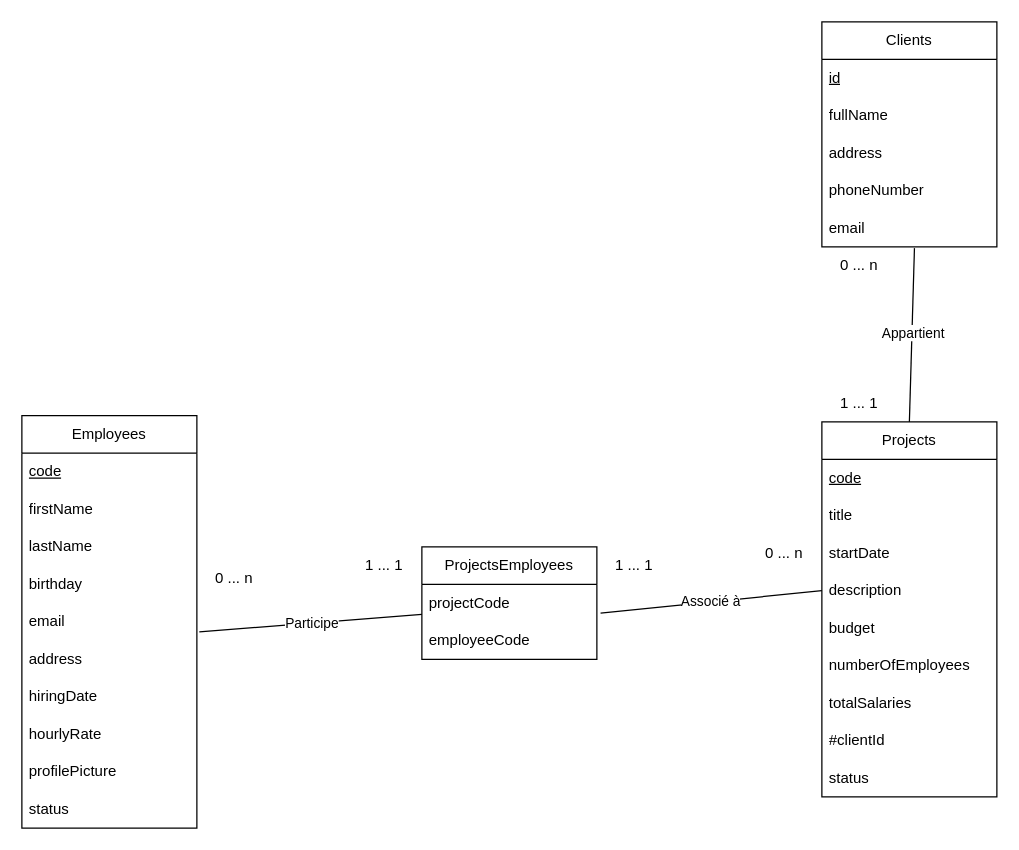
Before: ProjetSession.drawio in iddo7/prog_bd, a draw.io diagram. Source tidied: cells renumbered, new cells numbered last; positions are measured from the earlier drawing's top-left corner, leaving out a move shared by most shapes. Both pictures are drawn from the tidied source at 125%, with x=0, y=0 at pixel (21, 21).
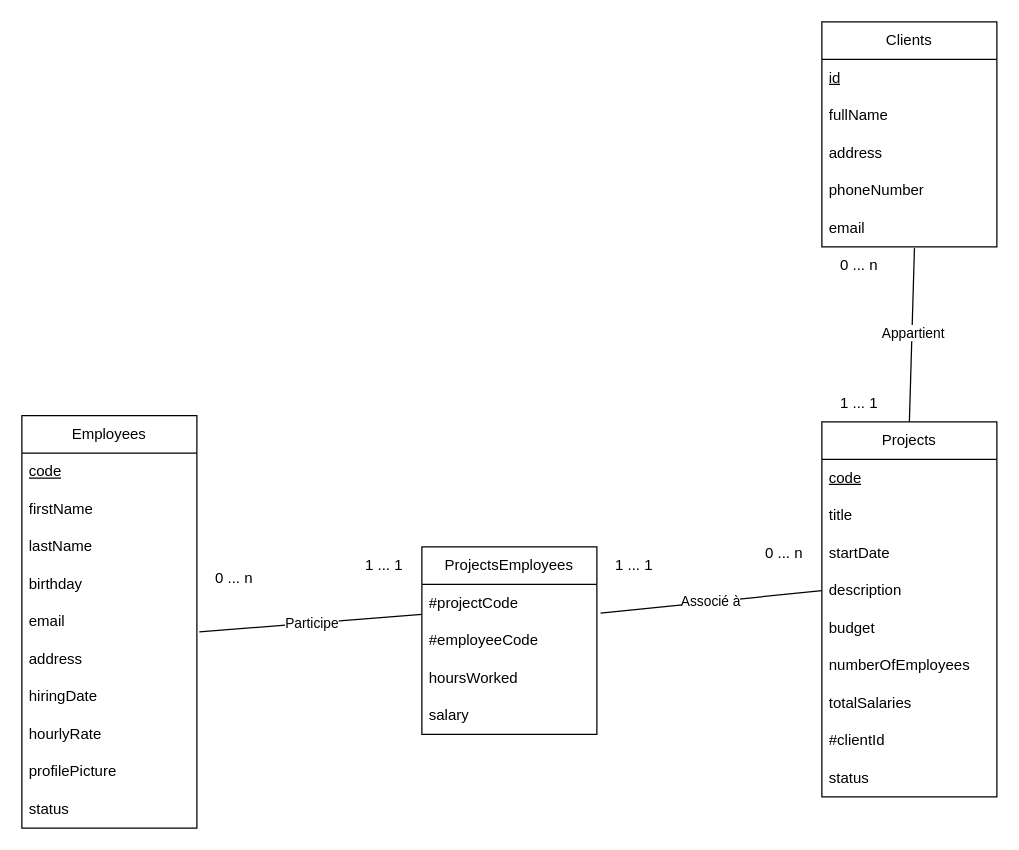
Above is the later version.

What changed in the source:
```diff
@@
     <mxCell id="31" value="ProjectsEmployees" style="swimlane;fontStyle=0;horizontal=1;startSize=30;whiteSpace=wrap;html=1;" parent="1" vertex="1">
-      <mxGeometry x="320" y="420" width="140" height="90" as="geometry" />
+      <mxGeometry x="320" y="420" width="140" height="150" as="geometry" />
     </mxCell>
-    <mxCell id="32" value="projectCode" style="text;strokeColor=none;fillColor=none;align=left;verticalAlign=middle;spacingLeft=4;spacingRight=4;overflow=hidden;points=[[0,0.5],[1,0.5]];portConstraint=eastwest;whiteSpace=wrap;html=1;" parent="31" vertex="1">
+    <mxCell id="32" value="#projectCode" style="text;strokeColor=none;fillColor=none;align=left;verticalAlign=middle;spacingLeft=4;spacingRight=4;overflow=hidden;points=[[0,0.5],[1,0.5]];portConstraint=eastwest;whiteSpace=wrap;html=1;" parent="31" vertex="1">
       <mxGeometry y="30" width="140" height="30" as="geometry" />
     </mxCell>
-    <mxCell id="33" value="employeeCode" style="text;strokeColor=none;fillColor=none;align=left;verticalAlign=middle;spacingLeft=4;spacingRight=4;overflow=hidden;points=[[0,0.5],[1,0.5]];portConstraint=eastwest;whiteSpace=wrap;html=1;" parent="31" vertex="1">
+    <mxCell id="33" value="#employeeCode" style="text;strokeColor=none;fillColor=none;align=left;verticalAlign=middle;spacingLeft=4;spacingRight=4;overflow=hidden;points=[[0,0.5],[1,0.5]];portConstraint=eastwest;whiteSpace=wrap;html=1;" parent="31" vertex="1">
       <mxGeometry y="60" width="140" height="30" as="geometry" />
     </mxCell>
+    <mxCell id="43" value="hoursWorked" style="text;strokeColor=none;fillColor=none;align=left;verticalAlign=middle;spacingLeft=4;spacingRight=4;overflow=hidden;whiteSpace=wrap;html=1;" parent="31" vertex="1">
+      <mxGeometry y="90" width="140" height="30" as="geometry" />
+    </mxCell>
+    <mxCell id="44" value="salary" style="text;strokeColor=none;fillColor=none;align=left;verticalAlign=middle;spacingLeft=4;spacingRight=4;overflow=hidden;whiteSpace=wrap;html=1;" parent="31" vertex="1">
+      <mxGeometry y="120" width="140" height="30" as="geometry" />
+    </mxCell>
```
